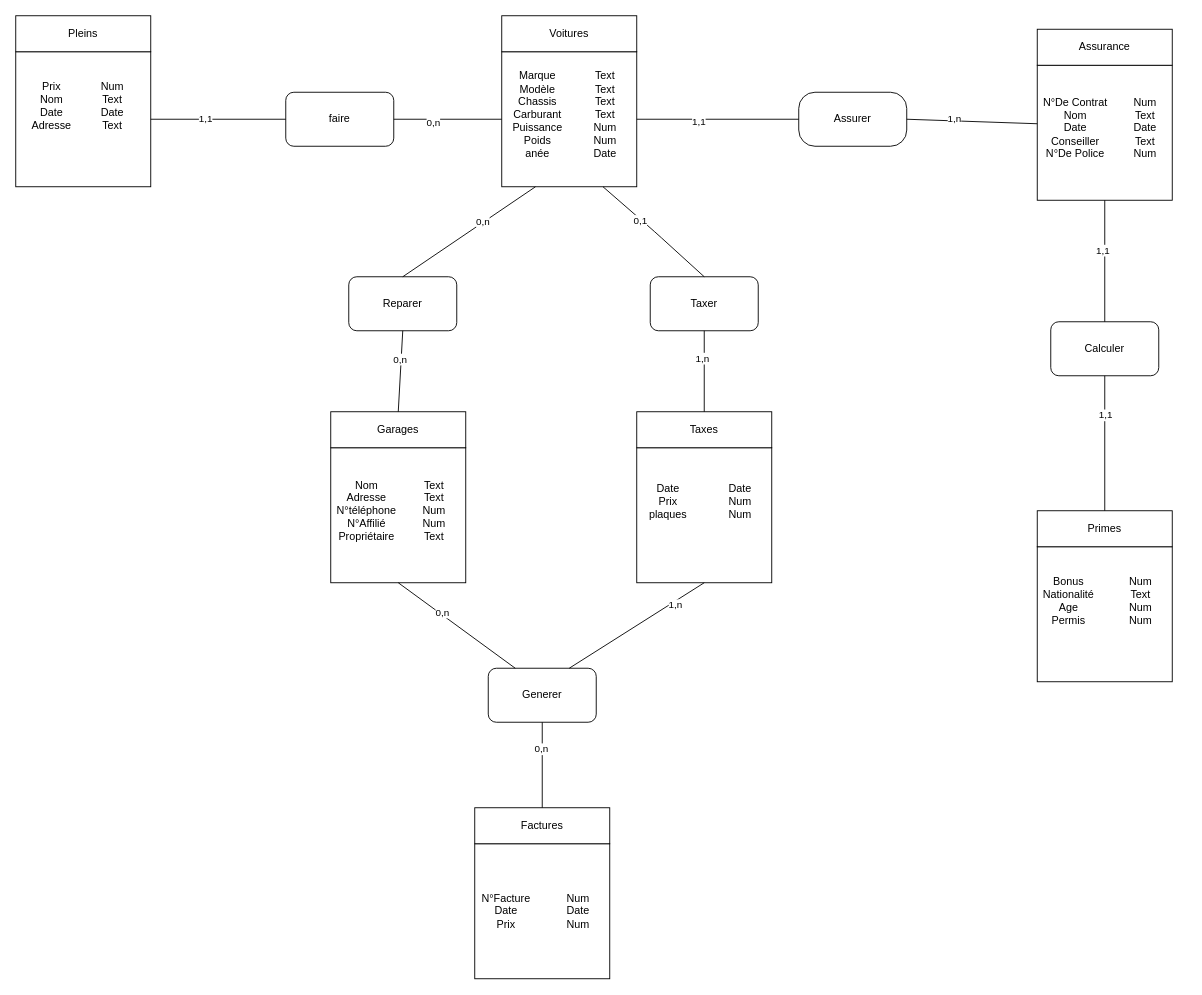
The draw.io diagram MCD-MLD/MCD_VDC.drawio in alhelo-93/ProjetAppMobile, before the edit. Source tidied: cells renumbered, new cells numbered last; positions are measured from the earlier drawing's top-left corner, leaving out a move shared by most shapes. Both pictures are drawn from the tidied source at 90%, with x=0, y=0 at pixel (15, 15).
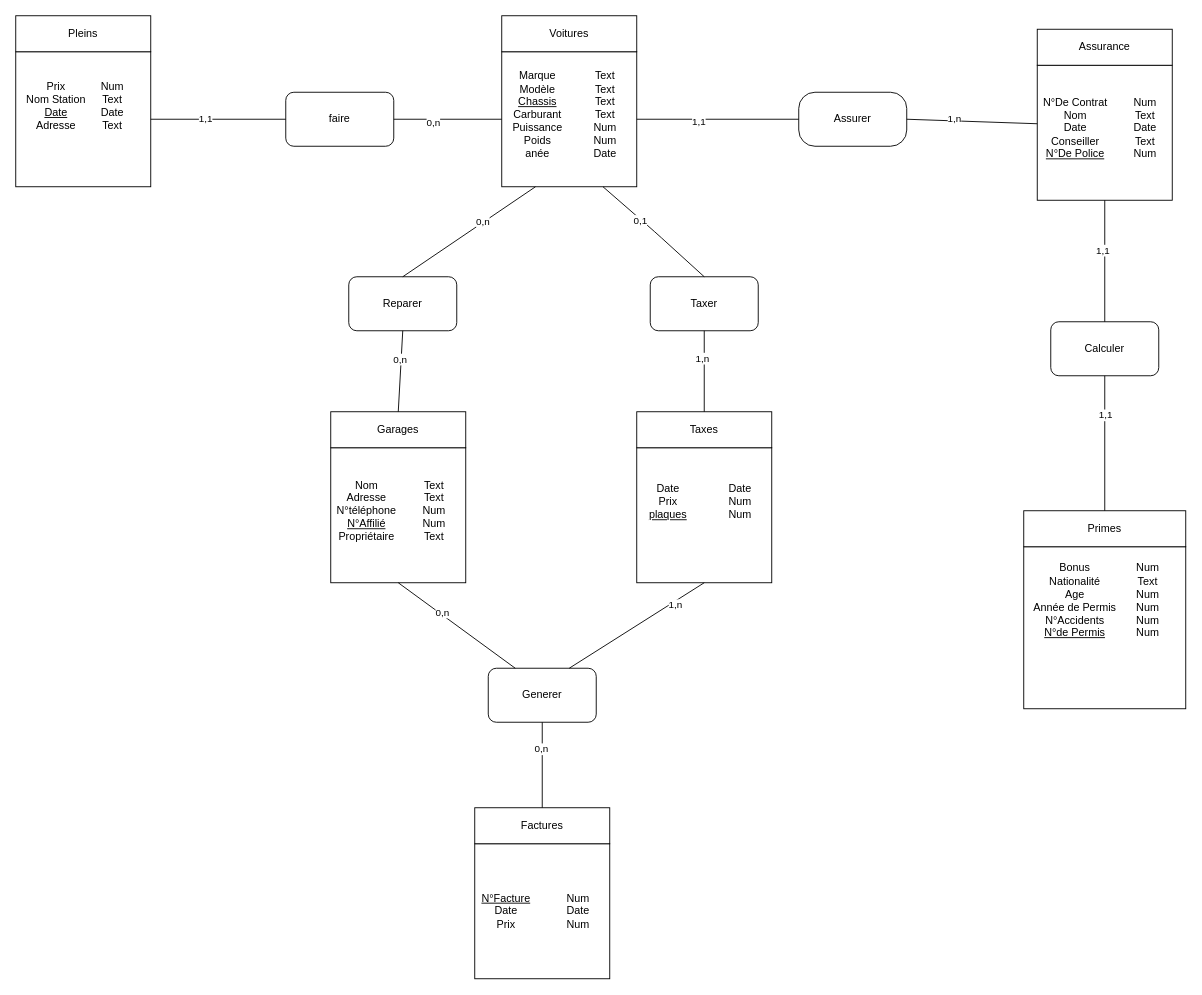
The same page after the edit.

Unchanged cells that the change refers to:
```xml
<mxCell id="8" style="group;" parent="1" vertex="1">
  <mxGeometry x="690" y="440" width="150" height="190" as="geometry" />
</mxCell>
<mxCell id="14" style="group;" parent="1" vertex="1">
  <mxGeometry width="150" height="190" as="geometry" />
</mxCell>
<mxCell id="20" style="group;" parent="1" vertex="1">
  <mxGeometry x="350" y="440" width="150" height="190" as="geometry" />
</mxCell>
<mxCell id="26" style="group;" parent="1" vertex="1">
  <mxGeometry x="510" y="880" width="150" height="190" as="geometry" />
</mxCell>
<mxCell id="32" style="group;" parent="1" vertex="1">
  <mxGeometry x="540" width="150" height="190" as="geometry" />
</mxCell>
<mxCell id="38" style="group;" parent="1" vertex="1">
  <mxGeometry x="1135" y="15" width="150" height="190" as="geometry" />
</mxCell>
```

What changed in the source:
```diff
@@
     <mxCell id="2" style="group;" parent="1" vertex="1">
-      <mxGeometry x="1135" y="550" width="150" height="190" as="geometry" />
+      <mxGeometry x="1120" y="550" width="180" height="220" as="geometry" />
     </mxCell>
     <mxCell id="3" style="whiteSpace=wrap;html=1;" parent="2" vertex="1">
-      <mxGeometry y="40" width="150" height="150" as="geometry" />
+      <mxGeometry y="40" width="180" height="180" as="geometry" />
     </mxCell>
     <mxCell id="4" style="rounded=0;whiteSpace=wrap;html=1;" parent="2" vertex="1">
-      <mxGeometry width="150" height="40" as="geometry" />
+      <mxGeometry width="180" height="40" as="geometry" />
     </mxCell>
     <mxCell id="5" value="Primes" style="text;html=1;strokeColor=none;fillColor=none;align=center;verticalAlign=middle;whiteSpace=wrap;rounded=0;" parent="2" vertex="1">
-      <mxGeometry x="55" y="10" width="40" height="20" as="geometry" />
+      <mxGeometry x="66" y="10" width="48" height="20" as="geometry" />
     </mxCell>
-    <mxCell id="6" value="Bonus&lt;br&gt;Nationalité&lt;br&gt;Age&lt;br&gt;Permis" style="text;html=1;strokeColor=none;fillColor=none;align=center;verticalAlign=middle;whiteSpace=wrap;rounded=0;" parent="2" vertex="1">
-      <mxGeometry x="15" y="90" width="40" height="20" as="geometry" />
+    <mxCell id="6" value="Bonus&lt;br&gt;Nationalité&lt;br&gt;Age&lt;br&gt;Année de Permis&lt;br&gt;N°Accidents&lt;br&gt;&lt;u&gt;N°de Permis&lt;/u&gt;" style="text;html=1;strokeColor=none;fillColor=none;align=center;verticalAlign=middle;whiteSpace=wrap;rounded=0;" parent="2" vertex="1">
+      <mxGeometry y="90" width="114" height="20" as="geometry" />
     </mxCell>
-    <mxCell id="7" value="Num&lt;br&gt;Text&lt;br&gt;Num&lt;br&gt;Num" style="text;html=1;strokeColor=none;fillColor=none;align=center;verticalAlign=middle;whiteSpace=wrap;rounded=0;" parent="2" vertex="1">
-      <mxGeometry x="95" y="90" width="40" height="20" as="geometry" />
+    <mxCell id="7" value="Num&lt;br&gt;Text&lt;br&gt;Num&lt;br&gt;Num&lt;br&gt;Num&lt;br&gt;Num&lt;br&gt;" style="text;html=1;strokeColor=none;fillColor=none;align=center;verticalAlign=middle;whiteSpace=wrap;rounded=0;" parent="2" vertex="1">
+      <mxGeometry x="114" y="90" width="48" height="20" as="geometry" />
     </mxCell>
@@
-    <mxCell id="12" value="Date&lt;br&gt;Prix&lt;br&gt;plaques" style="text;html=1;strokeColor=none;fillColor=none;align=center;verticalAlign=middle;whiteSpace=wrap;rounded=0;" parent="8" vertex="1">
+    <mxCell id="12" value="Date&lt;br&gt;Prix&lt;br&gt;&lt;u&gt;plaques&lt;/u&gt;" style="text;html=1;strokeColor=none;fillColor=none;align=center;verticalAlign=middle;whiteSpace=wrap;rounded=0;" parent="8" vertex="1">
       <mxGeometry x="15" y="90" width="40" height="20" as="geometry" />
     </mxCell>
@@
-    <mxCell id="18" value="Prix&lt;br&gt;Nom&lt;br&gt;Date&lt;br&gt;Adresse" style="text;html=1;strokeColor=none;fillColor=none;align=center;verticalAlign=middle;whiteSpace=wrap;rounded=0;" parent="14" vertex="1">
-      <mxGeometry x="20" y="90" width="40" height="20" as="geometry" />
+    <mxCell id="18" value="Prix&lt;br&gt;Nom Station&lt;br&gt;&lt;u&gt;Date&lt;/u&gt;&lt;br&gt;Adresse" style="text;html=1;strokeColor=none;fillColor=none;align=center;verticalAlign=middle;whiteSpace=wrap;rounded=0;" parent="14" vertex="1">
+      <mxGeometry x="10" y="90" width="70" height="20" as="geometry" />
     </mxCell>
@@
-    <mxCell id="24" value="Nom&lt;br&gt;Adresse&lt;br&gt;N°téléphone&lt;br&gt;N°Affilié&lt;br&gt;Propriétaire" style="text;html=1;strokeColor=none;fillColor=none;align=center;verticalAlign=middle;whiteSpace=wrap;rounded=0;" parent="20" vertex="1">
+    <mxCell id="24" value="Nom&lt;br&gt;Adresse&lt;br&gt;N°téléphone&lt;br&gt;&lt;u&gt;N°Affilié&lt;br&gt;&lt;/u&gt;Propriétaire" style="text;html=1;strokeColor=none;fillColor=none;align=center;verticalAlign=middle;whiteSpace=wrap;rounded=0;" parent="20" vertex="1">
       <mxGeometry x="20" y="100" width="40" height="20" as="geometry" />
     </mxCell>
@@
-    <mxCell id="30" value="N°Facture&lt;br&gt;Date&lt;br&gt;Prix&lt;br&gt;" style="text;html=1;strokeColor=none;fillColor=none;align=center;verticalAlign=middle;whiteSpace=wrap;rounded=0;" parent="26" vertex="1">
+    <mxCell id="30" value="&lt;u&gt;N°Facture&lt;br&gt;&lt;/u&gt;Date&lt;br&gt;Prix" style="text;html=1;strokeColor=none;fillColor=none;align=center;verticalAlign=middle;whiteSpace=wrap;rounded=0;" parent="26" vertex="1">
       <mxGeometry x="15" y="105" width="40" height="20" as="geometry" />
     </mxCell>
@@
-    <mxCell id="36" value="Marque&lt;br&gt;Modèle&lt;br&gt;Chassis&lt;br&gt;Carburant&lt;br&gt;Puissance&lt;br&gt;Poids&lt;br&gt;anée" style="text;html=1;strokeColor=none;fillColor=none;align=center;verticalAlign=middle;whiteSpace=wrap;rounded=0;" parent="32" vertex="1">
+    <mxCell id="36" value="Marque&lt;br&gt;Modèle&lt;br&gt;&lt;u&gt;Chassis&lt;br&gt;&lt;/u&gt;Carburant&lt;br&gt;Puissance&lt;br&gt;Poids&lt;br&gt;anée" style="text;html=1;strokeColor=none;fillColor=none;align=center;verticalAlign=middle;whiteSpace=wrap;rounded=0;" parent="32" vertex="1">
       <mxGeometry x="20" y="100" width="40" height="20" as="geometry" />
     </mxCell>
@@
-    <mxCell id="42" value="N°De Contrat&lt;br&gt;Nom&lt;br&gt;Date&lt;br&gt;Conseiller&lt;br&gt;N°De Police&lt;br&gt;" style="text;html=1;strokeColor=none;fillColor=none;align=center;verticalAlign=middle;whiteSpace=wrap;rounded=0;" parent="38" vertex="1">
+    <mxCell id="42" value="N°De Contrat&lt;br&gt;Nom&lt;br&gt;Date&lt;br&gt;Conseiller&lt;br&gt;&lt;u&gt;N°De Police&lt;/u&gt;" style="text;html=1;strokeColor=none;fillColor=none;align=center;verticalAlign=middle;whiteSpace=wrap;rounded=0;" parent="38" vertex="1">
       <mxGeometry y="100" width="85" height="20" as="geometry" />
     </mxCell>
```
